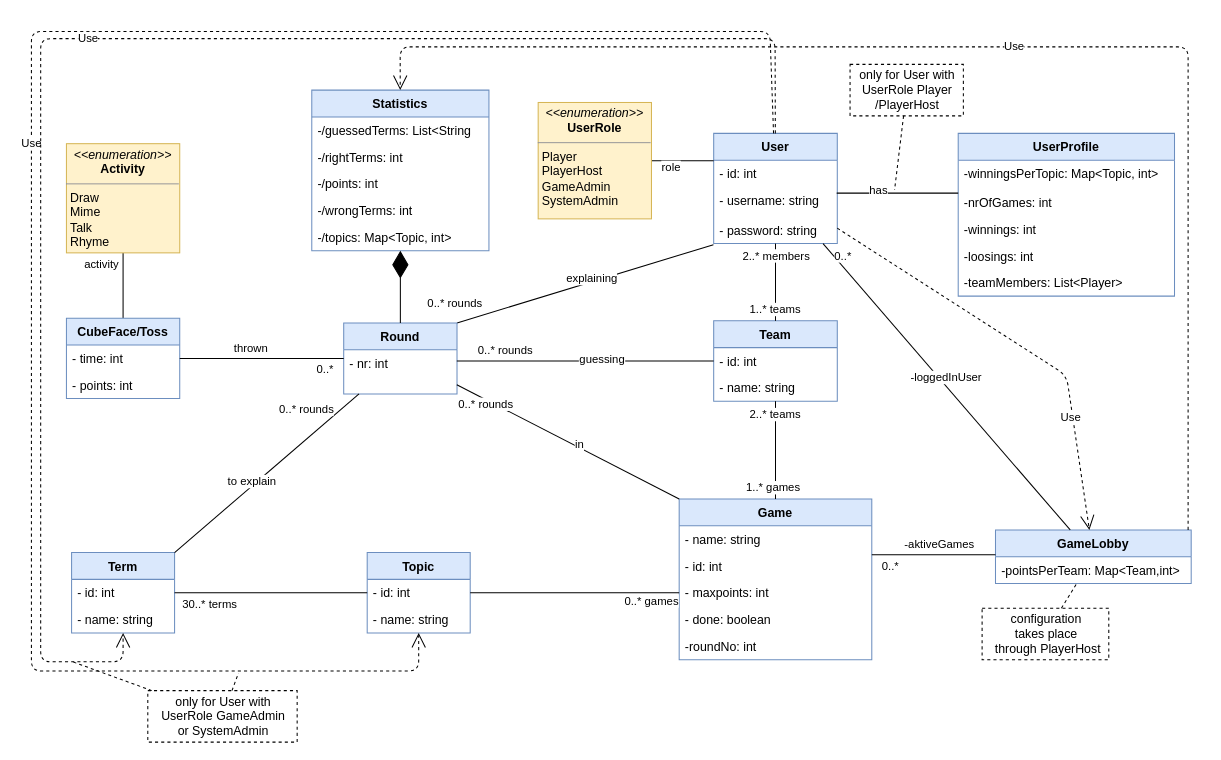
Above: diagrams/class_diagram_after_feedback.drawio in b-ertel/TimeGuess-Game (draw.io), before the change. Source tidied: cells renumbered, new cells numbered last; positions are measured from the earlier drawing's top-left corner, leaving out a move shared by most shapes. Both pictures are drawn from the tidied source at 103%, with x=0, y=0 at pixel (31, 31).
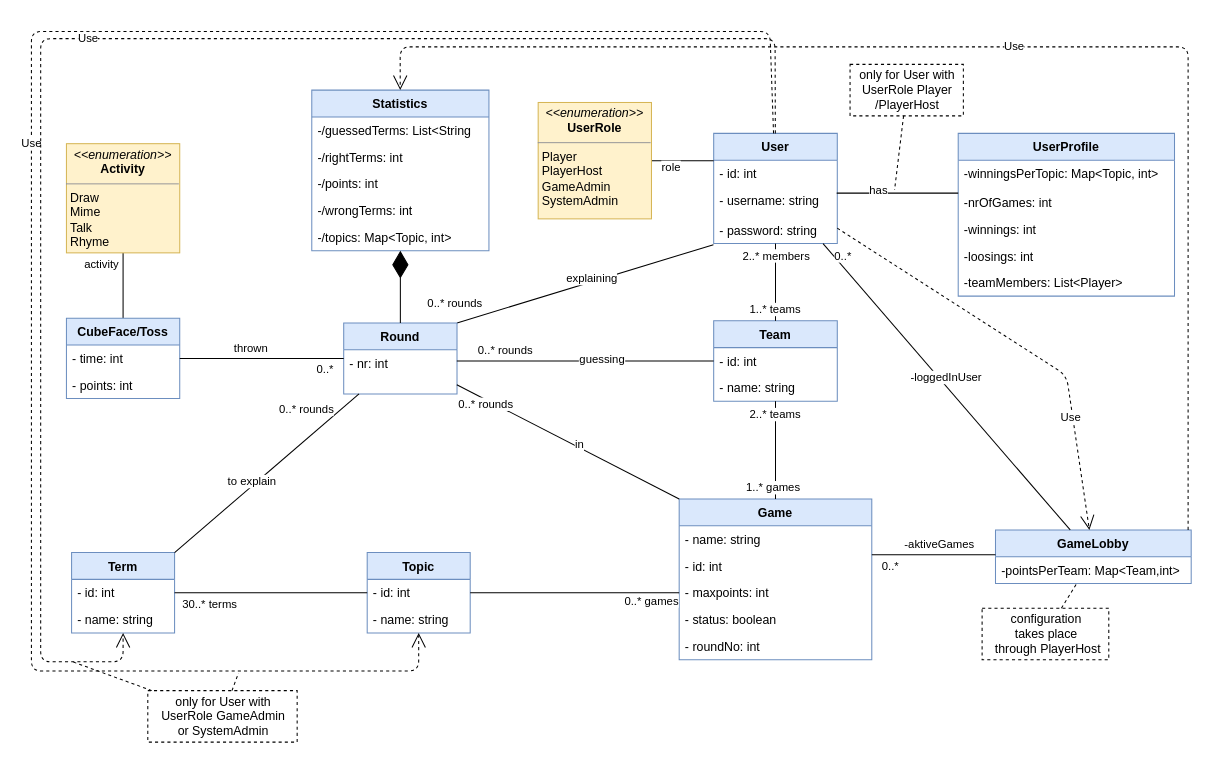
After the change.

Commit message (it also covers changes not shown here):
change attribut done to status in UML class diagram

Unchanged cells that the change refers to:
```xml
<mxCell id="15" value="Game" style="swimlane;fontStyle=1;horizontal=1;startSize=26;fillColor=#dae8fc;strokeColor=#6c8ebf;" parent="1" vertex="1">
  <mxGeometry x="628.9" y="454" width="187" height="156" as="geometry" />
</mxCell>
```

Change to the diagram source:
```diff
@@
-    <mxCell id="19" value="- done: boolean" style="text;strokeColor=none;fillColor=none;align=left;verticalAlign=top;spacingLeft=4;spacingRight=4;overflow=hidden;" parent="15" vertex="1">
+    <mxCell id="19" value="- status: boolean" style="text;strokeColor=none;fillColor=none;align=left;verticalAlign=top;spacingLeft=4;spacingRight=4;overflow=hidden;" parent="15" vertex="1">
       <mxGeometry y="104" width="187" height="26" as="geometry" />
     </mxCell>
-    <mxCell id="20" value="-roundNo: int" style="text;align=left;verticalAlign=top;spacingLeft=4;spacingRight=4;overflow=hidden;dashed=1;" parent="15" vertex="1">
+    <mxCell id="20" value="- roundNo: int" style="text;align=left;verticalAlign=top;spacingLeft=4;spacingRight=4;overflow=hidden;dashed=1;" parent="15" vertex="1">
       <mxGeometry y="130" width="187" height="26" as="geometry" />
     </mxCell>
```
